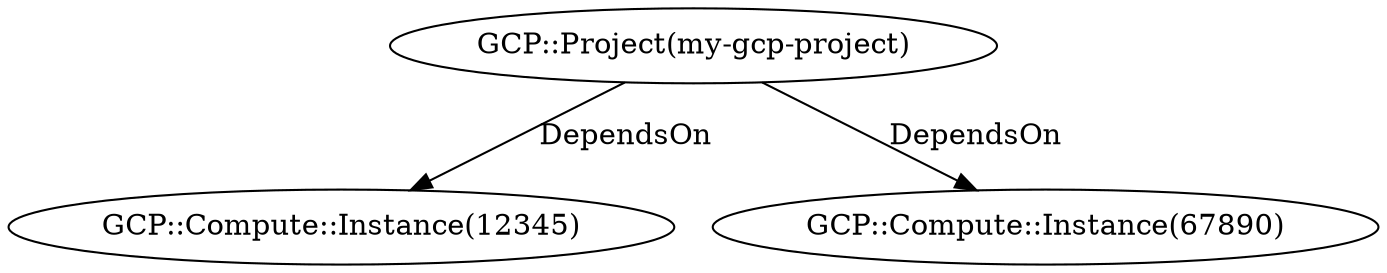
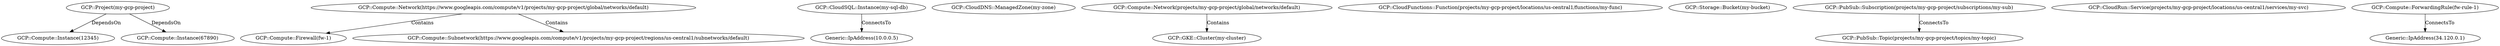
digraph {
    0 [ label = "GCP::Project(my-gcp-project)" ]
    1 [ label = "GCP::Compute::Instance(12345)" ]
    2 [ label = "GCP::Compute::Instance(67890)" ]
+     3 [ label = "GCP::Compute::Firewall(fw-1)" ]
+     4 [ label = "GCP::Compute::Network(https://www.googleapis.com/compute/v1/projects/my-gcp-project/global/networks/default)" ]
+     5 [ label = "GCP::CloudSQL::Instance(my-sql-db)" ]
+     6 [ label = "Generic::IpAddress(10.0.0.5)" ]
+     7 [ label = "GCP::CloudDNS::ManagedZone(my-zone)" ]
+     8 [ label = "GCP::GKE::Cluster(my-cluster)" ]
+     9 [ label = "GCP::Compute::Network(projects/my-gcp-project/global/networks/default)" ]
+     10 [ label = "GCP::CloudFunctions::Function(projects/my-gcp-project/locations/us-central1/functions/my-func)" ]
+     11 [ label = "GCP::Storage::Bucket(my-bucket)" ]
+     12 [ label = "GCP::PubSub::Topic(projects/my-gcp-project/topics/my-topic)" ]
+     13 [ label = "GCP::PubSub::Subscription(projects/my-gcp-project/subscriptions/my-sub)" ]
+     14 [ label = "GCP::CloudRun::Service(projects/my-gcp-project/locations/us-central1/services/my-svc)" ]
+     15 [ label = "GCP::Compute::Subnetwork(https://www.googleapis.com/compute/v1/projects/my-gcp-project/regions/us-central1/subnetworks/default)" ]
+     16 [ label = "GCP::Compute::ForwardingRule(fw-rule-1)" ]
+     17 [ label = "Generic::IpAddress(34.120.0.1)" ]
    0 -> 1 [ label = "DependsOn" ]
    0 -> 2 [ label = "DependsOn" ]
+     4 -> 3 [ label = "Contains" ]
+     5 -> 6 [ label = "ConnectsTo" ]
+     9 -> 8 [ label = "Contains" ]
+     13 -> 12 [ label = "ConnectsTo" ]
+     4 -> 15 [ label = "Contains" ]
+     16 -> 17 [ label = "ConnectsTo" ]
}
